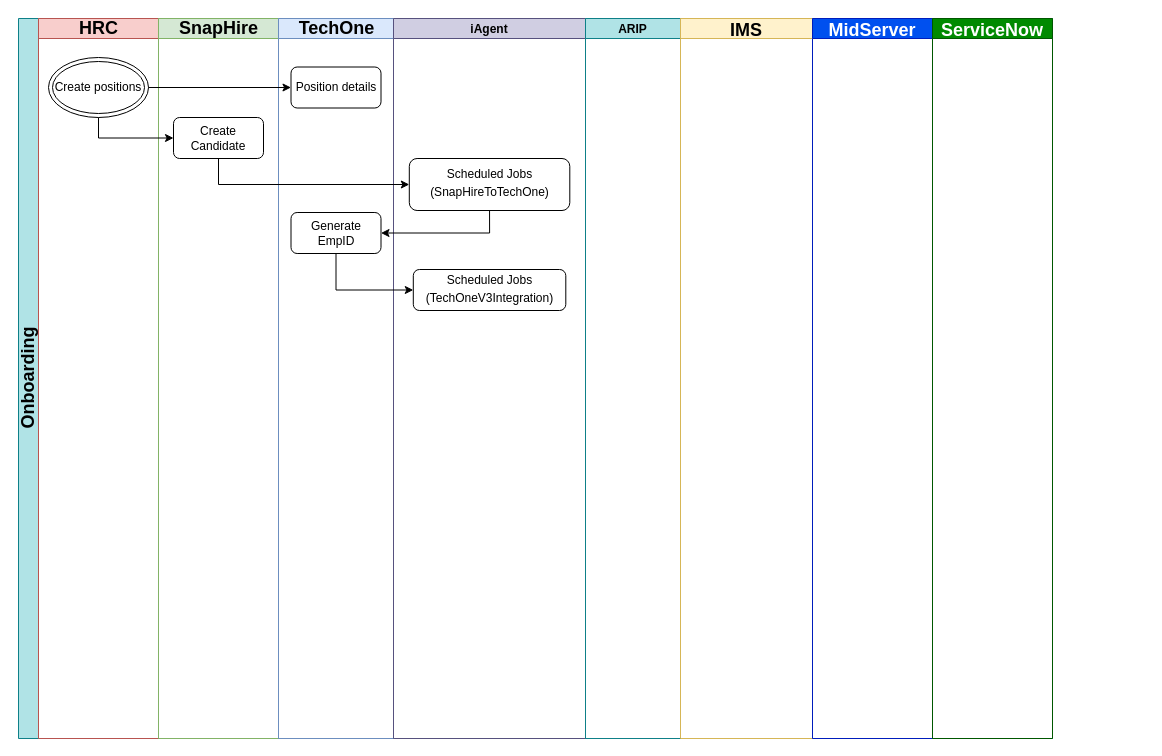
andrep2208/helloworld keeps this draw.io diagram as Untitled Diagram.drawio. Above is the earlier version. Source tidied: cells renumbered, new cells numbered last; positions are measured from the earlier drawing's top-left corner, leaving out a move shared by most shapes. Both pictures are drawn from the tidied source at 100%, with x=0, y=0 at pixel (18, 18).
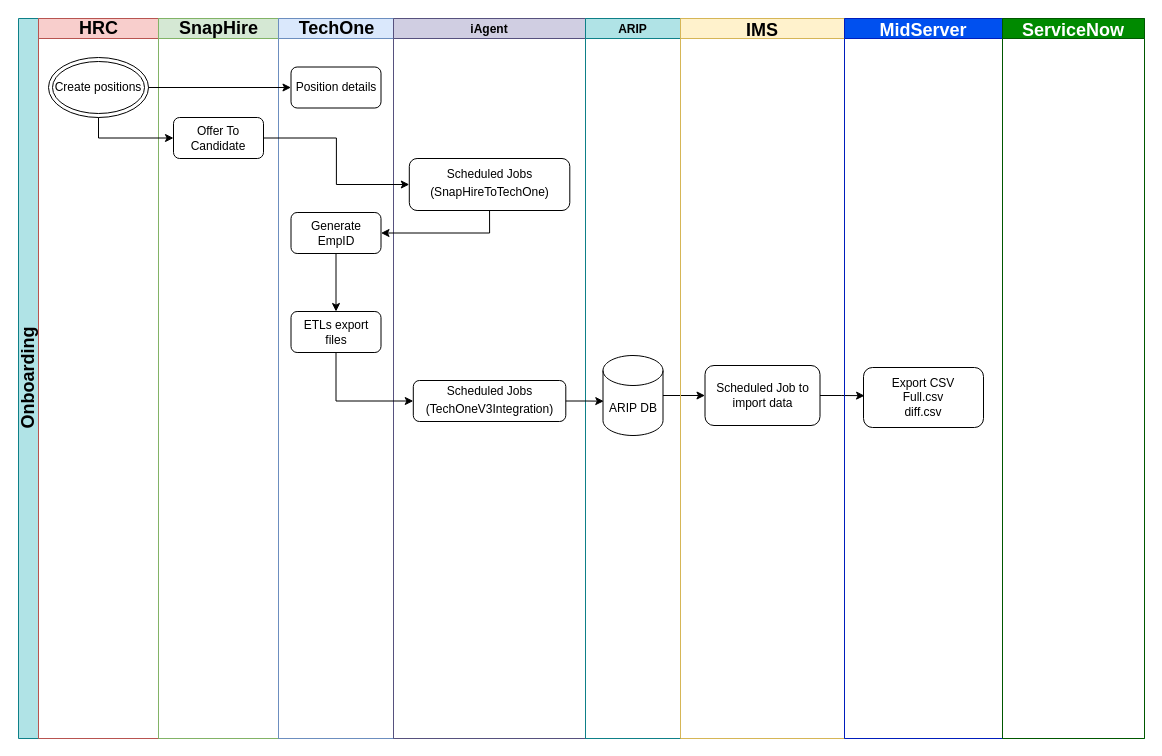
Above is the later version.

The change refers to these unchanged cells:
```xml
<mxCell id="5" value="SnapHire" style="swimlane;html=1;startSize=20;fillColor=#d5e8d4;strokeColor=#82b366;fontSize=18;" parent="2" vertex="1">
  <mxGeometry x="140" width="120" height="720" as="geometry" />
</mxCell>
<mxCell id="7" value="TechOne" style="swimlane;html=1;startSize=20;fillColor=#dae8fc;strokeColor=#6c8ebf;fontSize=18;" parent="2" vertex="1">
  <mxGeometry x="260" width="115" height="720" as="geometry" />
</mxCell>
<mxCell id="8" value="Generate EmpID" style="rounded=1;whiteSpace=wrap;html=1;fontSize=12;" parent="7" vertex="1">
  <mxGeometry x="12.5" y="194" width="90" height="41" as="geometry" />
</mxCell>
<mxCell id="11" value="iAgent" style="swimlane;startSize=20;fontSize=12;fillColor=#d0cee2;strokeColor=#56517e;" parent="2" vertex="1">
  <mxGeometry x="375" width="192" height="720" as="geometry" />
</mxCell>
<mxCell id="12" value="Scheduled Jobs&lt;br&gt;&lt;table border=&quot;0&quot; cellpadding=&quot;0&quot; cellspacing=&quot;0&quot; width=&quot;135&quot; style=&quot;border-collapse: collapse ; width: 101pt&quot;&gt;&lt;tbody&gt;&lt;tr style=&quot;height: 15.0pt&quot;&gt;  &lt;td height=&quot;20&quot; width=&quot;135&quot; style=&quot;height: 15.0pt ; width: 101pt&quot;&gt;(SnapHireToTechOne)&lt;br&gt;&lt;/td&gt;&lt;/tr&gt;&lt;/tbody&gt;&lt;/table&gt;" style="rounded=1;whiteSpace=wrap;html=1;fontSize=12;" parent="11" vertex="1">
  <mxGeometry x="15.8" y="140" width="160.5" height="52" as="geometry" />
</mxCell>
<mxCell id="14" value="ARIP" style="swimlane;startSize=20;fontSize=12;fillColor=#b0e3e6;strokeColor=#0e8088;" parent="2" vertex="1">
  <mxGeometry x="567" width="95" height="720" as="geometry" />
</mxCell>
```

The edit, as a diff of the source:
```diff
@@
     <mxCell id="2" value="Onboarding" style="swimlane;html=1;startSize=20;horizontal=0;fillColor=#b0e3e6;strokeColor=#0e8088;fontSize=18;" parent="1" vertex="1">
-      <mxGeometry width="1034" height="720" as="geometry" />
+      <mxGeometry width="1126" height="720" as="geometry" />
     </mxCell>
@@
-    <mxCell id="6" value="Create Candidate" style="rounded=1;whiteSpace=wrap;html=1;fontSize=12;" parent="5" vertex="1">
+    <mxCell id="6" value="Offer To Candidate" style="rounded=1;whiteSpace=wrap;html=1;fontSize=12;" parent="5" vertex="1">
       <mxGeometry x="15" y="99" width="90" height="41" as="geometry" />
     </mxCell>
@@
+    <mxCell id="22" value="ETLs export files" style="rounded=1;whiteSpace=wrap;html=1;fontSize=12;" parent="7" vertex="1">
+      <mxGeometry x="12.5" y="293" width="90" height="41" as="geometry" />
+    </mxCell>
+    <mxCell id="21" style="edgeStyle=orthogonalEdgeStyle;rounded=0;jettySize=auto;html=1;fontSize=12;exitX=0.5;exitY=1;exitDx=0;exitDy=0;" parent="7" edge="1" source="8" target="22">
+      <mxGeometry relative="1" as="geometry" />
+    </mxCell>
@@
     <mxCell id="13" value="&lt;span&gt;Scheduled Jobs&lt;/span&gt;&lt;br&gt;&lt;table border=&quot;0&quot; cellpadding=&quot;0&quot; cellspacing=&quot;0&quot; width=&quot;135&quot; style=&quot;border-collapse: collapse ; width: 101pt&quot;&gt;&lt;tbody&gt;&lt;tr style=&quot;height: 15pt&quot;&gt;&lt;td height=&quot;20&quot; width=&quot;135&quot; style=&quot;height: 15pt ; width: 101pt&quot;&gt;(TechOneV3Integration)&lt;br&gt;&lt;/td&gt;&lt;/tr&gt;&lt;/tbody&gt;&lt;/table&gt;" style="rounded=1;whiteSpace=wrap;html=1;fontSize=12;" parent="11" vertex="1">
-      <mxGeometry x="19.8" y="251" width="152.5" height="41" as="geometry" />
+      <mxGeometry x="19.8" y="362" width="152.5" height="41" as="geometry" />
     </mxCell>
@@
+    <mxCell id="23" value="ARIP DB" style="shape=cylinder3;whiteSpace=wrap;html=1;boundedLbl=1;backgroundOutline=1;size=15;" parent="14" vertex="1">
+      <mxGeometry x="17.5" y="337" width="60" height="80" as="geometry" />
+    </mxCell>
+    <mxCell id="24" style="edgeStyle=orthogonalEdgeStyle;rounded=0;jettySize=auto;html=1;entryX=0.013;entryY=0.571;entryDx=0;entryDy=0;entryPerimeter=0;" parent="2" edge="1" source="13" target="23">
+      <mxGeometry relative="1" as="geometry" />
+    </mxCell>
+    <mxCell id="25" style="edgeStyle=orthogonalEdgeStyle;rounded=0;jettySize=auto;html=1;exitX=1;exitY=0.5;exitDx=0;exitDy=0;exitPerimeter=0;entryX=0;entryY=0.5;entryDx=0;entryDy=0;" parent="2" edge="1" source="23" target="27">
+      <mxGeometry relative="1" as="geometry" />
+    </mxCell>
+    <mxCell id="26" style="edgeStyle=orthogonalEdgeStyle;rounded=0;jettySize=auto;html=1;entryX=0.009;entryY=0.47;entryDx=0;entryDy=0;entryPerimeter=0;exitX=1;exitY=0.5;exitDx=0;exitDy=0;" parent="2" edge="1" source="27" target="28">
+      <mxGeometry relative="1" as="geometry" />
+    </mxCell>
     <mxCell id="15" value="IMS" style="swimlane;startSize=20;fillColor=#fff2cc;strokeColor=#d6b656;fontSize=18;" parent="2" vertex="1">
-      <mxGeometry x="662" width="132" height="720" as="geometry" />
+      <mxGeometry x="662" width="164" height="720" as="geometry" />
     </mxCell>
+    <mxCell id="27" value="Scheduled Job to import data" style="rounded=1;whiteSpace=wrap;html=1;" parent="15" vertex="1">
+      <mxGeometry x="24.5" y="347" width="115" height="60" as="geometry" />
+    </mxCell>
     <mxCell id="16" value="MidServer" style="swimlane;startSize=20;fillColor=#0050ef;strokeColor=#001DBC;fontColor=#ffffff;fontSize=18;" parent="2" vertex="1">
-      <mxGeometry x="794" width="120" height="720" as="geometry" />
+      <mxGeometry x="826" width="158" height="720" as="geometry" />
     </mxCell>
+    <mxCell id="28" value="Export CSV&lt;br&gt;Full.csv&lt;br&gt;diff.csv" style="rounded=1;whiteSpace=wrap;html=1;" parent="16" vertex="1">
+      <mxGeometry x="19" y="349" width="120" height="60" as="geometry" />
+    </mxCell>
     <mxCell id="17" value="ServiceNow" style="swimlane;startSize=20;fillColor=#008a00;strokeColor=#005700;fontColor=#ffffff;fontSize=18;" parent="2" vertex="1">
-      <mxGeometry x="914" width="120" height="720" as="geometry" />
+      <mxGeometry x="984" width="142" height="720" as="geometry" />
     </mxCell>
@@
+    <mxCell id="20" style="edgeStyle=orthogonalEdgeStyle;rounded=0;jettySize=auto;html=1;entryX=1;entryY=0.5;entryDx=0;entryDy=0;fontSize=12;exitX=0.5;exitY=1;exitDx=0;exitDy=0;" parent="2" edge="1" source="12" target="8">
+      <mxGeometry relative="1" as="geometry" />
+    </mxCell>
-    <mxCell id="19" style="edgeStyle=orthogonalEdgeStyle;rounded=0;jettySize=auto;html=1;fontSize=12;exitX=0.5;exitY=1;exitDx=0;exitDy=0;" parent="2" edge="1" source="6" target="12">
+    <mxCell id="19" style="edgeStyle=orthogonalEdgeStyle;rounded=0;jettySize=auto;html=1;" parent="2" edge="1" source="6" target="12">
       <mxGeometry relative="1" as="geometry" />
     </mxCell>
-    <mxCell id="20" style="edgeStyle=orthogonalEdgeStyle;rounded=0;jettySize=auto;html=1;entryX=1;entryY=0.5;entryDx=0;entryDy=0;fontSize=12;exitX=0.5;exitY=1;exitDx=0;exitDy=0;" parent="2" edge="1" source="12" target="8">
-      <mxGeometry relative="1" as="geometry" />
-    </mxCell>
-    <mxCell id="21" style="edgeStyle=orthogonalEdgeStyle;rounded=0;jettySize=auto;html=1;entryX=0;entryY=0.5;entryDx=0;entryDy=0;fontSize=12;exitX=0.5;exitY=1;exitDx=0;exitDy=0;" parent="2" edge="1" source="8" target="13">
-      <mxGeometry relative="1" as="geometry" />
-    </mxCell>
+    <mxCell id="29" style="edgeStyle=orthogonalEdgeStyle;rounded=0;jettySize=auto;html=1;entryX=0;entryY=0.5;entryDx=0;entryDy=0;exitX=0.5;exitY=1;exitDx=0;exitDy=0;" parent="2" edge="1" source="22" target="13">
+      <mxGeometry relative="1" as="geometry" />
+    </mxCell>
```
